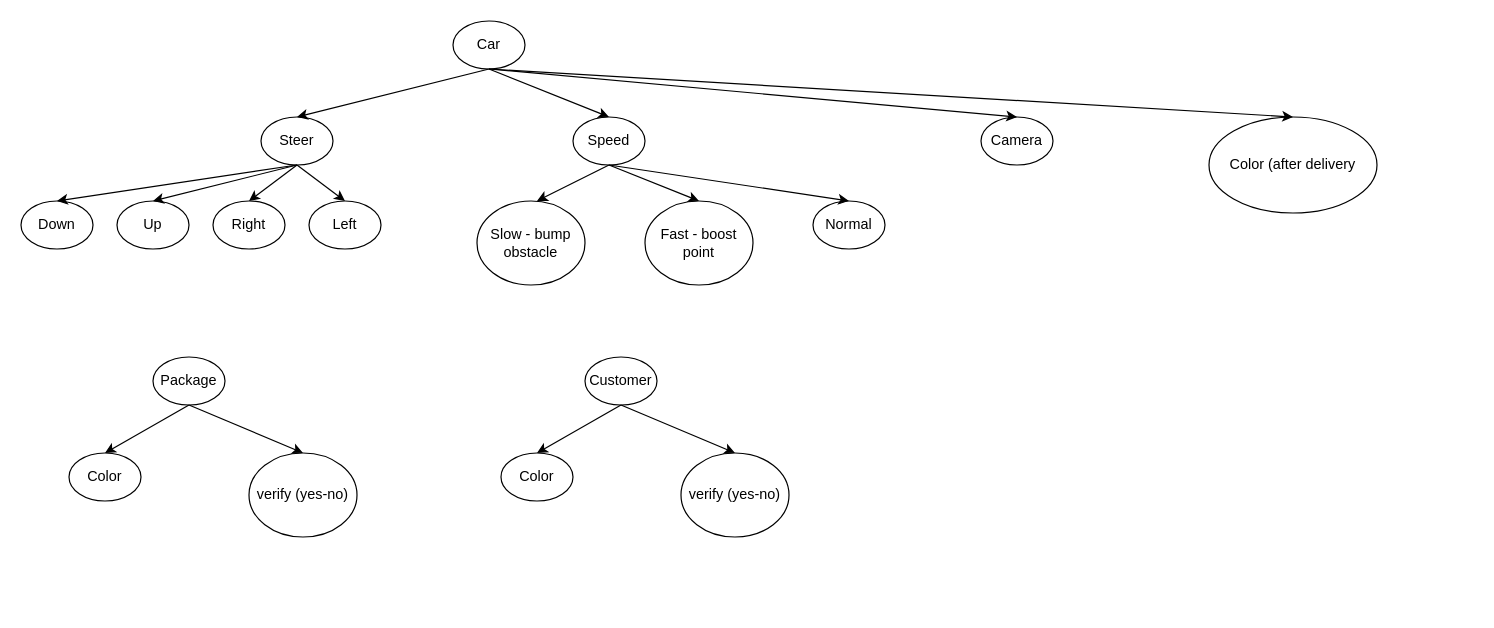
Before: Game Logic.drawio in HungBuii/Car-Delivery-Mini-Game, a draw.io diagram. Source tidied: cells renumbered, new cells numbered last; positions are measured from the earlier drawing's top-left corner, leaving out a move shared by most shapes. Both pictures are drawn from the tidied source at 120%, with x=0, y=0 at pixel (20, 20).
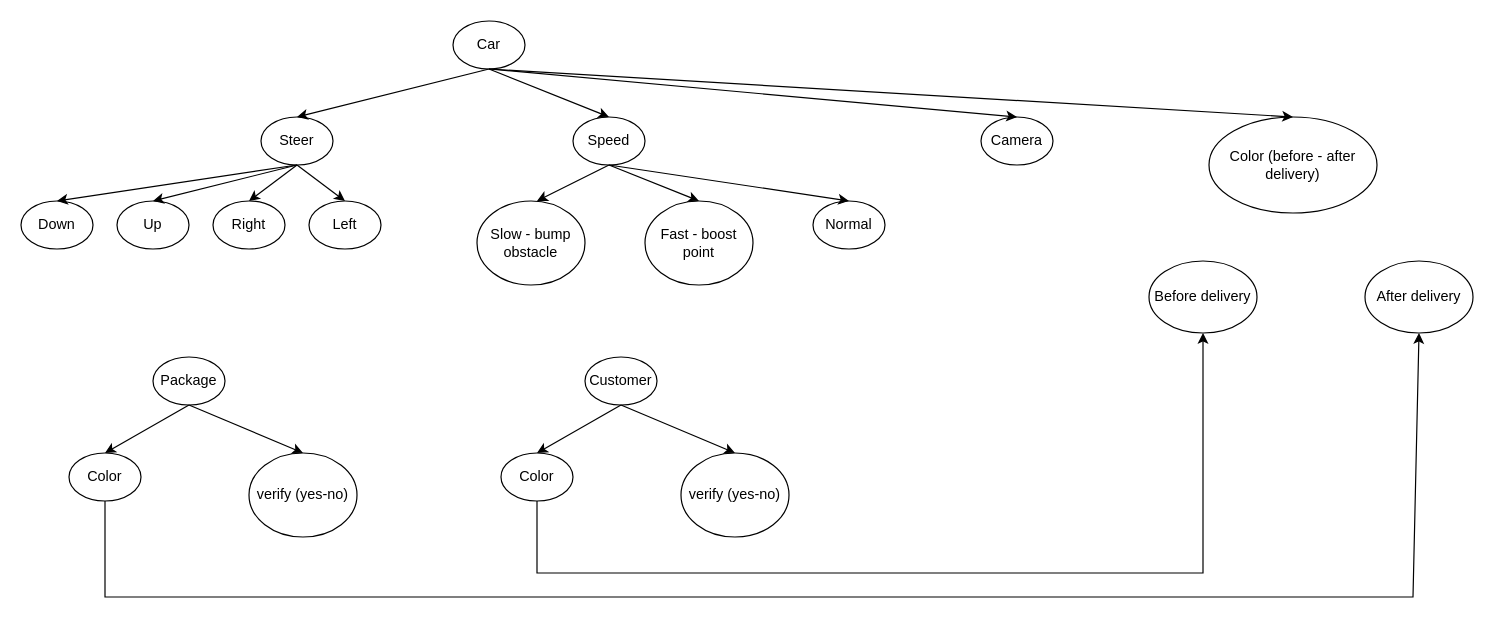
The same page after the edit.

The change refers to these unchanged cells:
```xml
<mxCell id="22" value="Color" style="ellipse;whiteSpace=wrap;html=1;" parent="1" vertex="1">
  <mxGeometry x="40" y="360" width="60" height="40" as="geometry" />
</mxCell>
<mxCell id="27" value="Color" style="ellipse;whiteSpace=wrap;html=1;" parent="1" vertex="1">
  <mxGeometry x="400" y="360" width="60" height="40" as="geometry" />
</mxCell>
```

What changed in the source:
```diff
@@
-    <mxCell id="33" value="Color (after delivery" style="ellipse;whiteSpace=wrap;html=1;" parent="1" vertex="1">
+    <mxCell id="33" value="Color (before - after delivery)" style="ellipse;whiteSpace=wrap;html=1;" parent="1" vertex="1">
       <mxGeometry x="990" y="80" width="140" height="80" as="geometry" />
     </mxCell>
@@
+    <mxCell id="35" style="endArrow=classic;html=1;rounded=0;exitX=0.5;exitY=1;exitDx=0;exitDy=0;entryX=0.5;entryY=1;entryDx=0;entryDy=0;" parent="1" edge="1" source="22" target="38">
+      <mxGeometry relative="1" as="geometry">
+        <Array as="points">
+          <mxPoint x="70" y="480" />
+          <mxPoint x="1160" y="480" />
+        </Array>
+      </mxGeometry>
+    </mxCell>
+    <mxCell id="36" style="endArrow=classic;html=1;rounded=0;exitX=0.5;exitY=1;exitDx=0;exitDy=0;entryX=0.5;entryY=1;entryDx=0;entryDy=0;" parent="1" edge="1" source="27" target="37">
+      <mxGeometry relative="1" as="geometry">
+        <Array as="points">
+          <mxPoint x="430" y="460" />
+          <mxPoint x="985" y="460" />
+        </Array>
+      </mxGeometry>
+    </mxCell>
+    <mxCell id="37" value="Before delivery" style="ellipse;whiteSpace=wrap;html=1;" parent="1" vertex="1">
+      <mxGeometry x="940" y="200" width="90" height="60" as="geometry" />
+    </mxCell>
+    <mxCell id="38" value="After delivery" style="ellipse;whiteSpace=wrap;html=1;" parent="1" vertex="1">
+      <mxGeometry x="1120" y="200" width="90" height="60" as="geometry" />
+    </mxCell>
```
